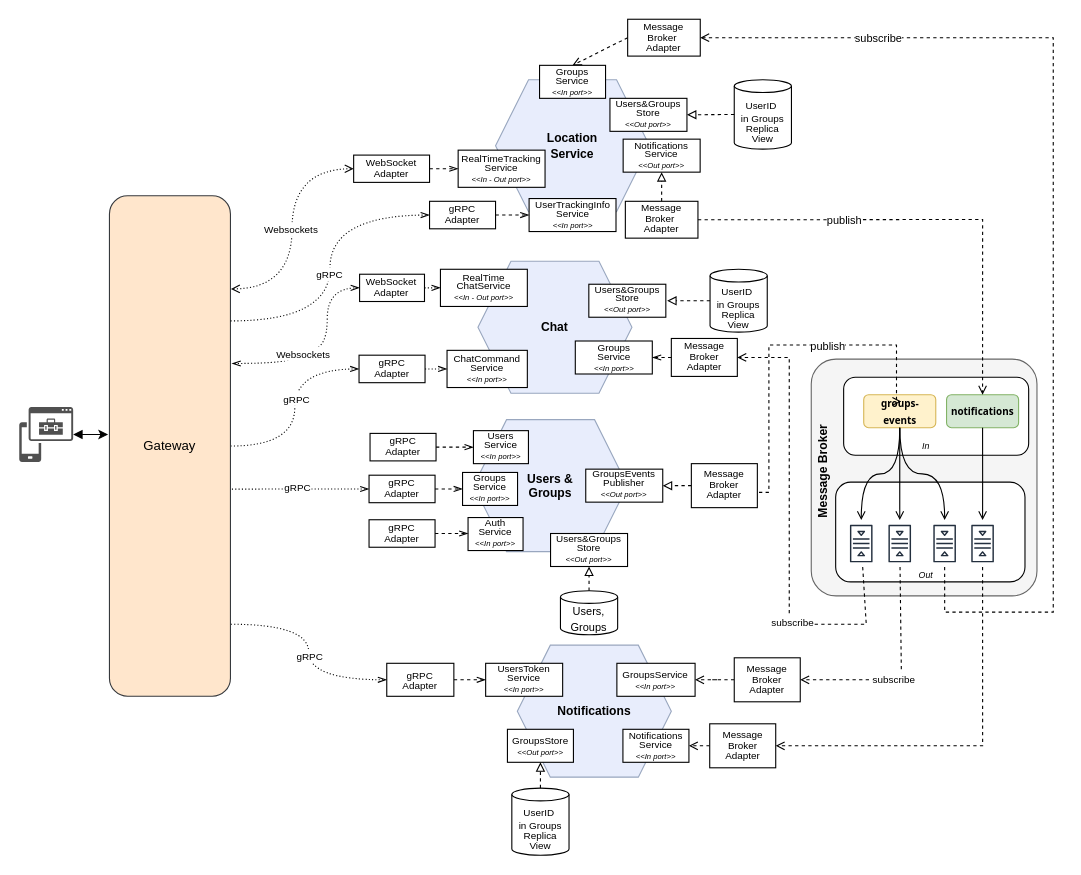
The draw.io diagram page "NEW ARCHITECTURE" (1 of 7) of content/schemas/architecture.drawio in position-pal/Documentation, before the edit. Source tidied: cells renumbered, new cells numbered last; positions are measured from the earlier drawing's top-left corner, leaving out a move shared by most shapes. Both pictures are drawn from the tidied source at 110%, with x=0, y=0 at pixel (19, 19).
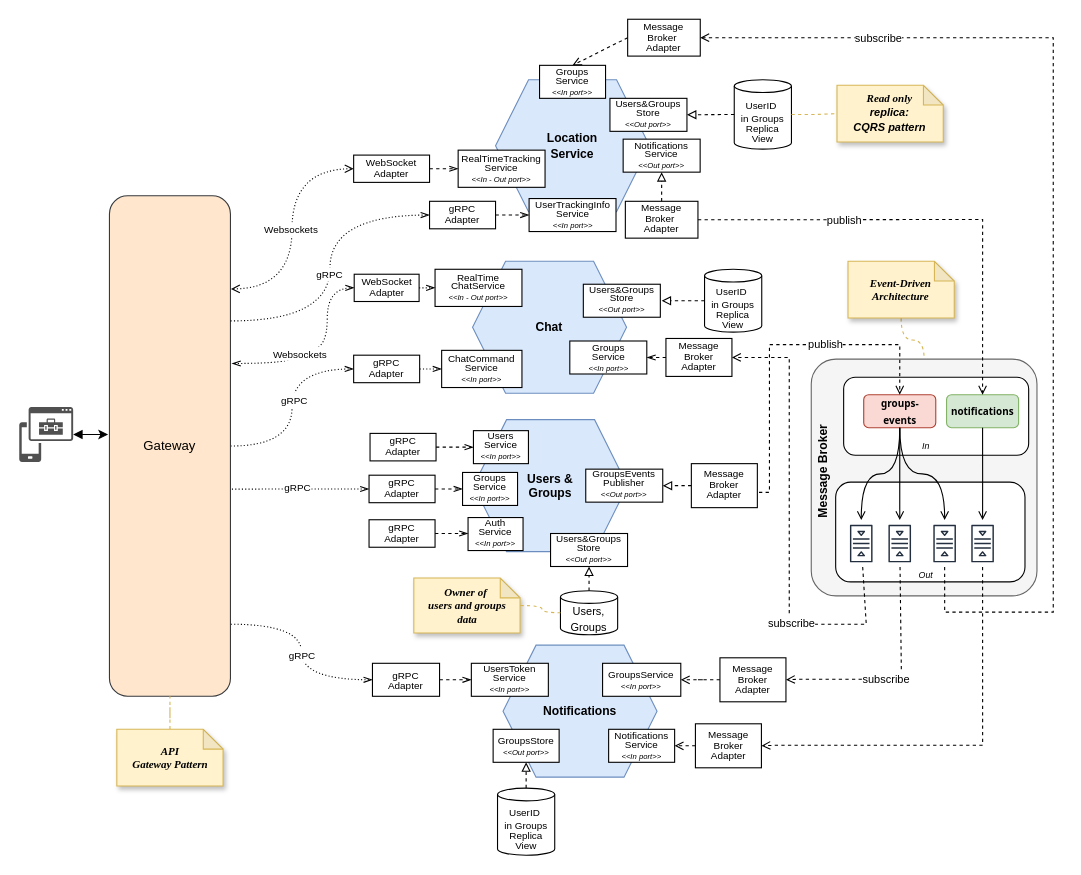
The same page after the edit.

Commit message (it also covers changes not shown here):
improve big picture

Unchanged cells that the change refers to:
```xml
<mxCell id="12" value="Gateway" style="rounded=1;whiteSpace=wrap;html=1;fillColor=#FFE6CC;strokeColor=#36393d;" parent="1" vertex="1">
  <mxGeometry x="82" y="160.5" width="110" height="455" as="geometry" />
</mxCell>
<mxCell id="43" value="&lt;font style=&quot;font-size: 10px;&quot;&gt;Users, Groups&lt;/font&gt;" style="shape=cylinder3;whiteSpace=wrap;html=1;boundedLbl=1;backgroundOutline=1;size=5.774193548387103;" parent="1" vertex="1">
  <mxGeometry x="492" y="519.5" width="52" height="40" as="geometry" />
</mxCell>
<mxCell id="45" value="&lt;font style=&quot;font-size: 9px;&quot;&gt;UserID&amp;nbsp;&lt;/font&gt;&lt;div style=&quot;line-height: 8.4px;&quot;&gt;&lt;font style=&quot;font-size: 9px;&quot;&gt;in&amp;nbsp;&lt;/font&gt;&lt;span style=&quot;font-size: 9px; background-color: initial;&quot;&gt;Groups&lt;/span&gt;&lt;/div&gt;&lt;div style=&quot;line-height: 8.4px;&quot;&gt;&lt;span style=&quot;font-size: 9px; background-color: initial;&quot;&gt;Replica&lt;/span&gt;&lt;/div&gt;&lt;div style=&quot;line-height: 8.4px;&quot;&gt;&lt;span style=&quot;font-size: 9px; background-color: initial;&quot;&gt;View&lt;/span&gt;&lt;/div&gt;" style="shape=cylinder3;whiteSpace=wrap;html=1;boundedLbl=1;backgroundOutline=1;size=5.774193548387103;" parent="1" vertex="1">
  <mxGeometry x="650" y="55" width="52" height="63.1" as="geometry" />
</mxCell>
<mxCell id="54" style="group;rotation=-90;" parent="1" vertex="1">
  <mxGeometry x="680" y="213.8" width="226.8" height="236.1" as="geometry" />
</mxCell>
<mxCell id="55" style="group;" parent="54" vertex="1">
  <mxGeometry x="40" y="95.2" width="205.2" height="215.2" as="geometry" />
</mxCell>
<mxCell id="56" style="rounded=1;whiteSpace=wrap;html=1;fillColor=#f5f5f5;fontColor=#333333;strokeColor=#666666;rotation=-90;arcSize=11;" parent="55" vertex="1">
  <mxGeometry x="-5" y="5" width="215.2" height="205.2" as="geometry" />
</mxCell>
<mxCell id="93" style="edgeStyle=orthogonalEdgeStyle;rounded=0;jettySize=auto;html=1;entryX=1;entryY=0.5;entryDx=0;entryDy=0;startArrow=none;startFill=0;dashed=1;endArrow=open;endFill=0;" parent="1" edge="1" source="62" target="39">
  <mxGeometry relative="1" as="geometry">
    <Array as="points">
      <mxPoint x="770" y="550" />
      <mxPoint x="700" y="550" />
      <mxPoint x="700" y="308" />
    </Array>
  </mxGeometry>
</mxCell>
<mxCell id="104" style="edgeStyle=orthogonalEdgeStyle;rounded=0;jettySize=auto;html=1;entryX=1;entryY=0.5;entryDx=0;entryDy=0;endArrow=open;endFill=0;dashed=1;" parent="1" edge="1" source="60" target="92">
  <mxGeometry relative="1" as="geometry">
    <Array as="points">
      <mxPoint x="802" y="600" />
      <mxPoint x="710" y="600" />
    </Array>
  </mxGeometry>
</mxCell>
```

Change to the diagram source:
```diff
@@
-    <mxCell id="13" value="&lt;b style=&quot;font-size: 11px;&quot;&gt;&lt;font style=&quot;font-size: 11px;&quot;&gt;Users &amp;amp;&lt;/font&gt;&lt;/b&gt;&lt;div style=&quot;font-size: 11px;&quot;&gt;&lt;b&gt;&lt;font style=&quot;font-size: 11px;&quot;&gt;Groups&lt;/font&gt;&lt;/b&gt;&lt;/div&gt;" style="shape=hexagon;perimeter=hexagonPerimeter2;whiteSpace=wrap;html=1;fixedSize=1;fillColor=#E8EDFC;strokeColor=#99A7BF;size=30;" parent="1" vertex="1">
+    <mxCell id="13" value="&lt;b style=&quot;font-size: 11px;&quot;&gt;&lt;font style=&quot;font-size: 11px;&quot;&gt;Users &amp;amp;&lt;/font&gt;&lt;/b&gt;&lt;div style=&quot;font-size: 11px;&quot;&gt;&lt;b&gt;&lt;font style=&quot;font-size: 11px;&quot;&gt;Groups&lt;/font&gt;&lt;/b&gt;&lt;/div&gt;" style="shape=hexagon;perimeter=hexagonPerimeter2;whiteSpace=wrap;html=1;fixedSize=1;fillColor=#dae8fc;strokeColor=#6c8ebf;size=30;" parent="1" vertex="1">
       <mxGeometry x="413" y="364" width="140" height="120" as="geometry" />
     </mxCell>
@@
-    <mxCell id="20" value="&lt;span style=&quot;font-size: 11px;&quot;&gt;&lt;b&gt;Notifications&lt;/b&gt;&lt;/span&gt;" style="shape=hexagon;perimeter=hexagonPerimeter2;whiteSpace=wrap;html=1;fixedSize=1;fillColor=#E8EDFC;strokeColor=#99A7BF;size=30;" parent="1" vertex="1">
-      <mxGeometry x="452.8" y="569" width="140" height="120" as="geometry" />
+    <mxCell id="20" value="&lt;span style=&quot;font-size: 11px;&quot;&gt;&lt;b&gt;Notifications&lt;/b&gt;&lt;/span&gt;" style="shape=hexagon;perimeter=hexagonPerimeter2;whiteSpace=wrap;html=1;fixedSize=1;fillColor=#dae8fc;strokeColor=#6c8ebf;size=30;" parent="1" vertex="1">
+      <mxGeometry x="439.8" y="569" width="140" height="120" as="geometry" />
     </mxCell>
     <mxCell id="21" value="&lt;font style=&quot;font-size: 9px;&quot;&gt;UserID&amp;nbsp;&lt;/font&gt;&lt;div style=&quot;line-height: 70%;&quot;&gt;&lt;font style=&quot;font-size: 9px;&quot;&gt;in&amp;nbsp;&lt;/font&gt;&lt;span style=&quot;font-size: 9px; background-color: initial;&quot;&gt;Groups&lt;/span&gt;&lt;/div&gt;&lt;div style=&quot;line-height: 70%;&quot;&gt;&lt;span style=&quot;font-size: 9px; background-color: initial;&quot;&gt;Replica&lt;/span&gt;&lt;/div&gt;&lt;div style=&quot;line-height: 70%;&quot;&gt;&lt;span style=&quot;font-size: 9px; background-color: initial;&quot;&gt;View&lt;/span&gt;&lt;/div&gt;" style="shape=cylinder3;whiteSpace=wrap;html=1;boundedLbl=1;backgroundOutline=1;size=5.774193548387103;" parent="1" vertex="1">
-      <mxGeometry x="447.8" y="699" width="52" height="61" as="geometry" />
+      <mxGeometry x="434.8" y="699" width="52" height="61" as="geometry" />
     </mxCell>
@@
     <mxCell id="23" value="&lt;div style=&quot;line-height: 90%; font-size: 9px;&quot;&gt;GroupsStore&lt;br&gt;&lt;i style=&quot;background-color: initial; font-size: 12px;&quot;&gt;&lt;font style=&quot;font-size: 7px;&quot;&gt;&amp;lt;&amp;lt;Out port&amp;gt;&amp;gt;&lt;/font&gt;&lt;/i&gt;&lt;/div&gt;" style="rounded=0;whiteSpace=wrap;html=1;align=center;" parent="1" vertex="1">
-      <mxGeometry x="443.8" y="645.5" width="60" height="30" as="geometry" />
+      <mxGeometry x="430.8" y="645.5" width="60" height="30" as="geometry" />
     </mxCell>
     <mxCell id="24" value="&lt;div style=&quot;line-height: 90%; font-size: 9px;&quot;&gt;Notifications&lt;/div&gt;&lt;div style=&quot;line-height: 90%; font-size: 9px;&quot;&gt;Service&lt;br&gt;&lt;i style=&quot;background-color: initial; font-size: 12px;&quot;&gt;&lt;font style=&quot;font-size: 7px;&quot;&gt;&amp;lt;&amp;lt;In port&amp;gt;&amp;gt;&lt;/font&gt;&lt;/i&gt;&lt;/div&gt;" style="rounded=0;whiteSpace=wrap;html=1;align=center;" parent="1" vertex="1">
-      <mxGeometry x="548.8" y="645.5" width="60" height="30" as="geometry" />
+      <mxGeometry x="535.8" y="645.5" width="60" height="30" as="geometry" />
     </mxCell>
-    <mxCell id="25" value="&lt;span style=&quot;font-size: 11px;&quot;&gt;&lt;b&gt;Location&lt;br&gt;Service&lt;/b&gt;&lt;/span&gt;" style="shape=hexagon;perimeter=hexagonPerimeter2;whiteSpace=wrap;html=1;fixedSize=1;fillColor=#E8EDFC;strokeColor=#99A7BF;size=30;" parent="1" vertex="1">
+    <mxCell id="25" value="&lt;span style=&quot;font-size: 11px;&quot;&gt;&lt;b&gt;Location&lt;br&gt;Service&lt;/b&gt;&lt;/span&gt;" style="shape=hexagon;perimeter=hexagonPerimeter2;whiteSpace=wrap;html=1;fixedSize=1;fillColor=#dae8fc;strokeColor=#6c8ebf;size=30;" parent="1" vertex="1">
       <mxGeometry x="433" y="55" width="140" height="120" as="geometry" />
     </mxCell>
@@
-    <mxCell id="37" value="&lt;span style=&quot;font-size: 11px;&quot;&gt;&lt;b&gt;Chat&lt;/b&gt;&lt;/span&gt;" style="shape=hexagon;perimeter=hexagonPerimeter2;whiteSpace=wrap;html=1;fixedSize=1;fillColor=#E8EDFC;strokeColor=#99A7BF;size=30;" parent="1" vertex="1">
-      <mxGeometry x="417" y="220" width="140" height="120" as="geometry" />
+    <mxCell id="37" value="&lt;span style=&quot;font-size: 11px;&quot;&gt;&lt;b&gt;Chat&lt;/b&gt;&lt;/span&gt;" style="shape=hexagon;perimeter=hexagonPerimeter2;whiteSpace=wrap;html=1;fixedSize=1;fillColor=#dae8fc;strokeColor=#6c8ebf;size=30;" parent="1" vertex="1">
+      <mxGeometry x="412.1" y="220" width="140" height="120" as="geometry" />
     </mxCell>
     <mxCell id="38" value="&lt;div style=&quot;line-height: 90%; font-size: 9px;&quot;&gt;Groups&lt;/div&gt;&lt;div style=&quot;line-height: 90%; font-size: 9px;&quot;&gt;Service&lt;/div&gt;&lt;div style=&quot;line-height: 90%; font-size: 9px;&quot;&gt;&lt;i style=&quot;background-color: initial; font-size: 12px;&quot;&gt;&lt;font style=&quot;font-size: 7px;&quot;&gt;&amp;lt;&amp;lt;In port&amp;gt;&amp;gt;&lt;/font&gt;&lt;/i&gt;&lt;/div&gt;" style="rounded=0;whiteSpace=wrap;html=1;align=center;" parent="1" vertex="1">
-      <mxGeometry x="505.5" y="292.5" width="70" height="30" as="geometry" />
+      <mxGeometry x="500.5" y="292.5" width="70" height="30" as="geometry" />
     </mxCell>
     <mxCell id="39" value="&lt;div style=&quot;line-height: 110%; font-size: 9px;&quot;&gt;Message&lt;/div&gt;&lt;div style=&quot;line-height: 110%; font-size: 9px;&quot;&gt;Broker&lt;/div&gt;&lt;div style=&quot;line-height: 110%; font-size: 9px;&quot;&gt;Adapter&lt;/div&gt;" style="rounded=0;whiteSpace=wrap;html=1;align=center;" parent="1" vertex="1">
-      <mxGeometry x="592.8" y="290.2" width="60" height="34.5" as="geometry" />
+      <mxGeometry x="587.9" y="290.2" width="60" height="34.5" as="geometry" />
     </mxCell>
@@
     <mxCell id="47" value="&lt;font style=&quot;font-size: 9px;&quot;&gt;UserID&amp;nbsp;&lt;/font&gt;&lt;div style=&quot;line-height: 8.4px;&quot;&gt;&lt;font style=&quot;font-size: 9px;&quot;&gt;in&amp;nbsp;&lt;/font&gt;&lt;span style=&quot;font-size: 9px; background-color: initial;&quot;&gt;Groups&lt;/span&gt;&lt;/div&gt;&lt;div style=&quot;line-height: 8.4px;&quot;&gt;&lt;span style=&quot;font-size: 9px; background-color: initial;&quot;&gt;Replica&lt;/span&gt;&lt;/div&gt;&lt;div style=&quot;line-height: 8.4px;&quot;&gt;&lt;span style=&quot;font-size: 9px; background-color: initial;&quot;&gt;View&lt;/span&gt;&lt;/div&gt;" style="shape=cylinder3;whiteSpace=wrap;html=1;boundedLbl=1;backgroundOutline=1;size=5.774193548387103;" parent="1" vertex="1">
-      <mxGeometry x="628" y="227.3" width="52" height="57.1" as="geometry" />
+      <mxGeometry x="623" y="227.3" width="52" height="57.1" as="geometry" />
     </mxCell>
     <mxCell id="48" value="&lt;div style=&quot;line-height: 90%; font-size: 9px;&quot;&gt;Users&amp;amp;Groups&lt;/div&gt;&lt;div style=&quot;line-height: 90%; font-size: 9px;&quot;&gt;Store&lt;/div&gt;&lt;div style=&quot;line-height: 90%;&quot;&gt;&lt;i style=&quot;&quot;&gt;&lt;font style=&quot;font-size: 7px;&quot;&gt;&amp;lt;&amp;lt;Out port&amp;gt;&amp;gt;&lt;/font&gt;&lt;/i&gt;&lt;/div&gt;" style="rounded=0;whiteSpace=wrap;html=1;align=center;" parent="1" vertex="1">
-      <mxGeometry x="517.8" y="240.9" width="70" height="30" as="geometry" />
+      <mxGeometry x="512.8" y="240.9" width="70" height="30" as="geometry" />
     </mxCell>
@@
     <mxCell id="50" value="&lt;div style=&quot;line-height: 90%; font-size: 9px;&quot;&gt;GroupsService&lt;/div&gt;&lt;div style=&quot;line-height: 90%; font-size: 9px;&quot;&gt;&lt;i style=&quot;background-color: initial; font-size: 12px;&quot;&gt;&lt;font style=&quot;font-size: 7px;&quot;&gt;&amp;lt;&amp;lt;In port&amp;gt;&amp;gt;&lt;/font&gt;&lt;/i&gt;&lt;/div&gt;" style="rounded=0;whiteSpace=wrap;html=1;align=center;" parent="1" vertex="1">
-      <mxGeometry x="543.3" y="585.5" width="71.1" height="30" as="geometry" />
+      <mxGeometry x="530.3" y="585.5" width="71.1" height="30" as="geometry" />
     </mxCell>
@@
     <mxCell id="52" style="rounded=0;jettySize=auto;html=1;exitX=0;exitY=0.5;exitDx=0;exitDy=0;dashed=1;endArrow=block;endFill=0;exitPerimeter=0;" parent="1" edge="1" source="47">
       <mxGeometry relative="1" as="geometry">
-        <mxPoint x="589" y="256" as="targetPoint" />
+        <mxPoint x="584" y="256" as="targetPoint" />
       </mxGeometry>
     </mxCell>
@@
-    <mxCell id="66" value="&lt;font size=&quot;1&quot; face=&quot;Tahoma&quot; style=&quot;&quot;&gt;&lt;b style=&quot;font-size: 9px;&quot;&gt;groups-events&lt;/b&gt;&lt;/font&gt;" style="rounded=1;whiteSpace=wrap;html=1;rotation=0;fillColor=#fff2cc;strokeColor=#d6b656;" parent="55" vertex="1">
+    <mxCell id="66" value="&lt;font size=&quot;1&quot; face=&quot;Tahoma&quot; style=&quot;&quot;&gt;&lt;b style=&quot;font-size: 9px;&quot;&gt;groups-events&lt;/b&gt;&lt;/font&gt;" style="rounded=1;whiteSpace=wrap;html=1;rotation=0;fillColor=#fad9d5;strokeColor=#ae4132;" parent="55" vertex="1">
       <mxGeometry x="47.7" y="32.3" width="65.5" height="30" as="geometry" />
     </mxCell>
@@
-    <mxCell id="72" style="edgeStyle=orthogonalEdgeStyle;rounded=0;orthogonalLoop=1;jettySize=auto;html=1;exitX=1;exitY=0.5;exitDx=0;exitDy=0;entryX=0.5;entryY=0;entryDx=0;entryDy=0;dashed=1;endArrow=open;endFill=0;" parent="54" edge="1">
+    <mxCell id="72" style="edgeStyle=orthogonalEdgeStyle;rounded=0;jettySize=auto;html=1;exitX=1;exitY=0.5;exitDx=0;exitDy=0;entryX=0.5;entryY=0;entryDx=0;entryDy=0;dashed=1;endArrow=open;endFill=0;" parent="54" edge="1" target="66">
       <mxGeometry relative="1" as="geometry">
         <mxPoint x="-7.5" y="216.3" as="sourcePoint" />
-        <mxPoint x="121.9" y="133.6" as="targetPoint" />
         <Array as="points">
-          <mxPoint x="1.5" y="216.3" />
-          <mxPoint x="1.5" y="82.3" />
-          <mxPoint x="117.5" y="82.3" />
-          <mxPoint x="117.5" y="133.3" />
+          <mxPoint x="2" y="216" />
+          <mxPoint x="2" y="82" />
+          <mxPoint x="120" y="82" />
         </Array>
       </mxGeometry>
     </mxCell>
     <mxCell id="73" value="&lt;font style=&quot;font-size: 10px;&quot;&gt;publish&lt;/font&gt;" style="edgeLabel;html=1;align=center;verticalAlign=middle;" parent="72" vertex="1">
       <mxGeometry x="-0.13" y="-1" relative="1" as="geometry">
-        <mxPoint x="52" y="-6" as="offset" />
+        <mxPoint x="49" y="-11" as="offset" />
       </mxGeometry>
     </mxCell>
+    <mxCell id="106" style="edgeStyle=orthogonalEdgeStyle;rounded=0;jettySize=auto;html=1;entryX=1;entryY=0.5;entryDx=0;entryDy=0;curved=1;fillColor=#fff2cc;strokeColor=#d6b656;dashed=1;endArrow=none;endFill=0;" parent="54" edge="1" source="107" target="56">
+      <mxGeometry relative="1" as="geometry" />
+    </mxCell>
+    <mxCell id="107" value="&lt;div style=&quot;font-size: 10px;&quot;&gt;&lt;font face=&quot;Garamond&quot;&gt;&lt;i&gt;&lt;b&gt;Event-Driven&lt;/b&gt;&lt;/i&gt;&lt;/font&gt;&lt;/div&gt;&lt;div style=&quot;font-size: 10px;&quot;&gt;&lt;font face=&quot;Garamond&quot;&gt;&lt;i&gt;&lt;b&gt;Architecture&lt;/b&gt;&lt;/i&gt;&lt;/font&gt;&lt;/div&gt;" style="shape=note;whiteSpace=wrap;html=1;backgroundOutline=1;darkOpacity=0.05;size=18;fillColor=#fff2cc;strokeColor=#d6b656;shadow=1;" parent="54" vertex="1">
+      <mxGeometry x="73.4" y="6.2" width="96.6" height="51.6" as="geometry" />
+    </mxCell>
@@
     <mxCell id="83" value="&lt;div style=&quot;line-height: 110%; font-size: 9px;&quot;&gt;Message&lt;/div&gt;&lt;div style=&quot;line-height: 110%; font-size: 9px;&quot;&gt;Broker Adapter&lt;/div&gt;" style="rounded=0;whiteSpace=wrap;html=1;align=center;" parent="1" vertex="1">
-      <mxGeometry x="627.7" y="640.5" width="60" height="40" as="geometry" />
+      <mxGeometry x="614.7" y="640.5" width="60" height="40" as="geometry" />
     </mxCell>
@@
     <mxCell id="92" value="&lt;div style=&quot;line-height: 110%; font-size: 9px;&quot;&gt;Message&lt;/div&gt;&lt;div style=&quot;line-height: 110%; font-size: 9px;&quot;&gt;Broker Adapter&lt;/div&gt;" style="rounded=0;whiteSpace=wrap;html=1;align=center;" parent="1" vertex="1">
-      <mxGeometry x="650" y="580.5" width="60" height="40" as="geometry" />
+      <mxGeometry x="637" y="580.5" width="60" height="40" as="geometry" />
     </mxCell>
@@
-    <mxCell id="94" value="&lt;font style=&quot;font-size: 9px;&quot;&gt;subscribe&lt;/font&gt;" style="edgeLabel;html=1;align=center;verticalAlign=middle;" parent="93" vertex="1">
+    <mxCell id="94" value="&lt;font style=&quot;font-size: 10px;&quot;&gt;subscribe&lt;/font&gt;" style="edgeLabel;html=1;align=center;verticalAlign=middle;" parent="93" vertex="1">
       <mxGeometry x="0.63" y="-2" relative="1" as="geometry">
-        <mxPoint y="211" as="offset" />
+        <mxPoint x="-1" y="216" as="offset" />
       </mxGeometry>
     </mxCell>
     <mxCell id="95" value="&lt;div style=&quot;line-height: 90%; font-size: 9px;&quot;&gt;&lt;span style=&quot;background-color: initial;&quot;&gt;UsersToken&lt;/span&gt;&lt;/div&gt;&lt;div style=&quot;line-height: 90%; font-size: 9px;&quot;&gt;&lt;span style=&quot;background-color: initial;&quot;&gt;Service&lt;/span&gt;&lt;br&gt;&lt;/div&gt;&lt;div style=&quot;line-height: 90%;&quot;&gt;&lt;i style=&quot;&quot;&gt;&lt;font style=&quot;font-size: 7px;&quot;&gt;&amp;lt;&amp;lt;In port&amp;gt;&amp;gt;&lt;/font&gt;&lt;/i&gt;&lt;/div&gt;" style="rounded=0;whiteSpace=wrap;html=1;align=center;" parent="1" vertex="1">
-      <mxGeometry x="424" y="585.5" width="70" height="30" as="geometry" />
+      <mxGeometry x="411" y="585.5" width="70" height="30" as="geometry" />
     </mxCell>
     <mxCell id="96" value="&lt;div style=&quot;line-height: 90%; font-size: 9px;&quot;&gt;RealTime&lt;/div&gt;&lt;div style=&quot;line-height: 90%; font-size: 9px;&quot;&gt;Chat&lt;span style=&quot;background-color: initial;&quot;&gt;Service&lt;/span&gt;&lt;/div&gt;&lt;div style=&quot;line-height: 90%; font-size: 9px;&quot;&gt;&lt;i style=&quot;background-color: initial; font-size: 12px;&quot;&gt;&lt;font style=&quot;font-size: 7px;&quot;&gt;&amp;lt;&amp;lt;In - Out port&amp;gt;&amp;gt;&lt;/font&gt;&lt;/i&gt;&lt;/div&gt;" style="rounded=0;whiteSpace=wrap;html=1;align=center;" parent="1" vertex="1">
-      <mxGeometry x="382.9" y="227.3" width="79" height="33.8" as="geometry" />
+      <mxGeometry x="378" y="227.3" width="79" height="33.8" as="geometry" />
     </mxCell>
@@
     <mxCell id="98" value="&lt;div style=&quot;line-height: 90%; font-size: 9px;&quot;&gt;gRPC&lt;/div&gt;&lt;div style=&quot;line-height: 90%; font-size: 9px;&quot;&gt;Adapter&lt;/div&gt;" style="rounded=0;whiteSpace=wrap;html=1;align=center;" parent="1" vertex="1">
-      <mxGeometry x="334.1" y="585.5" width="61" height="30" as="geometry" />
+      <mxGeometry x="321.1" y="585.5" width="61" height="30" as="geometry" />
     </mxCell>
     <mxCell id="99" value="&lt;div style=&quot;line-height: 90%; font-size: 9px;&quot;&gt;ChatCommand&lt;/div&gt;&lt;div style=&quot;line-height: 90%; font-size: 9px;&quot;&gt;Service&lt;/div&gt;&lt;div style=&quot;line-height: 90%; font-size: 9px;&quot;&gt;&lt;i style=&quot;background-color: initial; font-size: 12px;&quot;&gt;&lt;font style=&quot;font-size: 7px;&quot;&gt;&amp;lt;&amp;lt;In port&amp;gt;&amp;gt;&lt;/font&gt;&lt;/i&gt;&lt;/div&gt;" style="rounded=0;whiteSpace=wrap;html=1;align=center;" parent="1" vertex="1">
-      <mxGeometry x="388.9" y="301" width="73" height="33.8" as="geometry" />
+      <mxGeometry x="384" y="301" width="73" height="33.8" as="geometry" />
     </mxCell>
@@
     <mxCell id="101" value="&lt;div style=&quot;line-height: 110%; font-size: 9px;&quot;&gt;gRPC&lt;/div&gt;&lt;div style=&quot;line-height: 110%; font-size: 9px;&quot;&gt;Adapter&lt;/div&gt;" style="rounded=0;whiteSpace=wrap;html=1;align=center;" parent="1" vertex="1">
-      <mxGeometry x="308.9" y="305.4" width="60" height="25" as="geometry" />
+      <mxGeometry x="304" y="305.4" width="60" height="25" as="geometry" />
     </mxCell>
@@
     <mxCell id="103" value="&lt;div style=&quot;line-height: 110%; font-size: 9px;&quot;&gt;WebSocket&lt;/div&gt;&lt;div style=&quot;line-height: 110%; font-size: 9px;&quot;&gt;Adapter&lt;br&gt;&lt;/div&gt;" style="rounded=0;whiteSpace=wrap;html=1;align=center;" parent="1" vertex="1">
-      <mxGeometry x="309.4" y="231.8" width="59" height="24.8" as="geometry" />
+      <mxGeometry x="304.5" y="231.8" width="59" height="24.8" as="geometry" />
     </mxCell>
@@
-    <mxCell id="105" value="&lt;font style=&quot;font-size: 9px;&quot;&gt;subscribe&lt;/font&gt;" style="edgeLabel;html=1;align=center;verticalAlign=middle;" parent="104" vertex="1">
+    <mxCell id="105" value="&lt;font style=&quot;font-size: 10px;&quot;&gt;subscribe&lt;/font&gt;" style="edgeLabel;html=1;align=center;verticalAlign=middle;" parent="104" vertex="1">
       <mxGeometry x="0.24" y="-1" relative="1" as="geometry">
         <mxPoint x="11" as="offset" />
       </mxGeometry>
     </mxCell>
+    <mxCell id="108" value="&lt;div style=&quot;font-size: 10px;&quot;&gt;&lt;font face=&quot;Garamond&quot; style=&quot;font-size: 10px;&quot;&gt;&lt;i style=&quot;&quot;&gt;&lt;b&gt;Read only&lt;/b&gt;&lt;/i&gt;&lt;/font&gt;&lt;/div&gt;&lt;div style=&quot;font-size: 10px;&quot;&gt;&lt;font face=&quot;WRMFas79Ql7A5NryzXVw&quot; style=&quot;font-size: 10px;&quot;&gt;&lt;i&gt;&lt;b&gt;replica:&lt;/b&gt;&lt;/i&gt;&lt;/font&gt;&lt;/div&gt;&lt;font face=&quot;WRMFas79Ql7A5NryzXVw&quot; style=&quot;font-size: 10px;&quot;&gt;&lt;i style=&quot;&quot;&gt;&lt;b&gt;CQRS pattern&lt;/b&gt;&lt;/i&gt;&lt;/font&gt;" style="shape=note;whiteSpace=wrap;html=1;backgroundOutline=1;darkOpacity=0.05;size=18;fillColor=#fff2cc;strokeColor=#d6b656;shadow=1;" parent="1" vertex="1">
+      <mxGeometry x="743.4" y="60" width="96.6" height="51.6" as="geometry" />
+    </mxCell>
+    <mxCell id="109" style="edgeStyle=orthogonalEdgeStyle;rounded=0;jettySize=auto;html=1;exitX=1;exitY=0.5;exitDx=0;exitDy=0;exitPerimeter=0;entryX=0;entryY=0.5;entryDx=0;entryDy=0;entryPerimeter=0;startArrow=none;startFill=0;endArrow=none;endFill=0;dashed=1;fillColor=#fff2cc;strokeColor=#d6b656;" parent="1" edge="1" source="45" target="108">
+      <mxGeometry relative="1" as="geometry" />
+    </mxCell>
+    <mxCell id="110" style="edgeStyle=orthogonalEdgeStyle;rounded=0;jettySize=auto;html=1;entryX=0.5;entryY=1;entryDx=0;entryDy=0;dashed=1;fillColor=#fff2cc;strokeColor=#d6b656;endArrow=none;endFill=0;" parent="1" edge="1" source="111" target="12">
+      <mxGeometry relative="1" as="geometry" />
+    </mxCell>
+    <mxCell id="111" value="&lt;div style=&quot;font-size: 10px;&quot;&gt;&lt;font face=&quot;Garamond&quot;&gt;&lt;i&gt;&lt;b&gt;API&lt;/b&gt;&lt;/i&gt;&lt;/font&gt;&lt;/div&gt;&lt;div style=&quot;font-size: 10px;&quot;&gt;&lt;font face=&quot;Garamond&quot;&gt;&lt;i&gt;&lt;b&gt;Gateway Pattern&lt;/b&gt;&lt;/i&gt;&lt;/font&gt;&lt;/div&gt;" style="shape=note;whiteSpace=wrap;html=1;backgroundOutline=1;darkOpacity=0.05;size=18;fillColor=#fff2cc;strokeColor=#d6b656;shadow=1;" parent="1" vertex="1">
+      <mxGeometry x="88.7" y="645.5" width="96.6" height="51.6" as="geometry" />
+    </mxCell>
+    <mxCell id="112" value="&lt;div style=&quot;font-size: 10px;&quot;&gt;&lt;font face=&quot;Garamond&quot;&gt;&lt;b&gt;&lt;i&gt;Owner of&amp;nbsp;&lt;/i&gt;&lt;/b&gt;&lt;/font&gt;&lt;/div&gt;&lt;div style=&quot;font-size: 10px;&quot;&gt;&lt;font face=&quot;Garamond&quot;&gt;&lt;b&gt;&lt;i&gt;users and groups&lt;/i&gt;&lt;/b&gt;&lt;/font&gt;&lt;/div&gt;&lt;div style=&quot;font-size: 10px;&quot;&gt;&lt;font face=&quot;Garamond&quot;&gt;&lt;b&gt;&lt;i&gt;data&lt;/i&gt;&lt;/b&gt;&lt;/font&gt;&lt;/div&gt;" style="shape=note;whiteSpace=wrap;html=1;backgroundOutline=1;darkOpacity=0.05;size=18;fillColor=#fff2cc;strokeColor=#d6b656;shadow=1;" parent="1" vertex="1">
+      <mxGeometry x="358.7" y="508" width="96.6" height="50" as="geometry" />
+    </mxCell>
+    <mxCell id="113" style="edgeStyle=orthogonalEdgeStyle;rounded=0;jettySize=auto;html=1;entryX=0;entryY=0.5;entryDx=0;entryDy=0;entryPerimeter=0;curved=1;endArrow=none;endFill=0;dashed=1;fillColor=#fff2cc;strokeColor=#d6b656;" parent="1" edge="1" source="112" target="43">
+      <mxGeometry relative="1" as="geometry" />
+    </mxCell>
```
